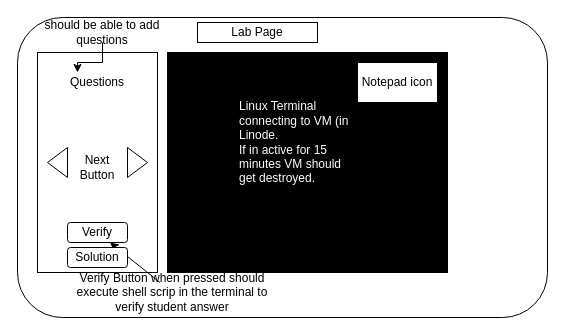
Earlier version of the draw.io diagram page "Lab_Page" (5 of 6) of Topkuber_Design.drawio (gonchigars/CKAD-exercises). Source tidied: cells renumbered, new cells numbered last; positions are measured from the earlier drawing's top-left corner, leaving out a move shared by most shapes. Both pictures are drawn from the tidied source at 100%, with x=0, y=0 at pixel (17, 17).
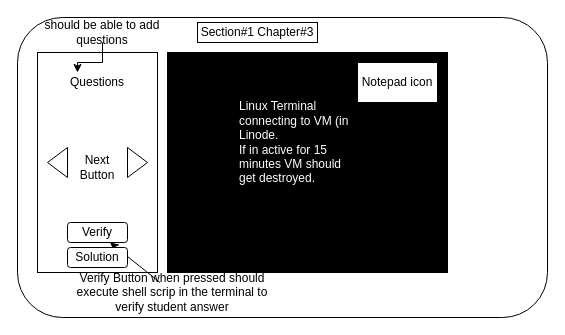
After the change.

What changed in the source:
```diff
@@
 <mxGraphModel>
   <root>
     <mxCell id="0" />
     <mxCell id="1" parent="0" />
     <mxCell id="2" style="rounded=1;whiteSpace=wrap;html=1;" parent="1" vertex="1">
       <mxGeometry width="530" height="300" as="geometry" />
     </mxCell>
     <mxCell id="3" style="rounded=0;whiteSpace=wrap;html=1;fillColor=#000000;" parent="1" vertex="1">
       <mxGeometry x="150" y="35" width="280" height="220" as="geometry" />
     </mxCell>
     <mxCell id="4" style="rounded=0;whiteSpace=wrap;html=1;" parent="1" vertex="1">
       <mxGeometry x="20" y="35" width="120" height="220" as="geometry" />
     </mxCell>
     <mxCell id="5" value="Questions" style="text;html=1;strokeColor=none;fillColor=none;align=center;verticalAlign=middle;whiteSpace=wrap;rounded=0;" parent="1" vertex="1">
       <mxGeometry x="60" y="55" width="40" height="20" as="geometry" />
     </mxCell>
     <mxCell id="6" value="&lt;font color=&quot;#ffffff&quot;&gt;Linux Terminal connecting to VM (in Linode.&lt;br&gt;If in active for 15 minutes VM should get destroyed.&lt;br&gt;&lt;/font&gt;" style="text;html=1;strokeColor=none;fillColor=none;align=left;verticalAlign=middle;whiteSpace=wrap;rounded=0;" parent="1" vertex="1">
       <mxGeometry x="220" y="115" width="120" height="20" as="geometry" />
     </mxCell>
     <mxCell id="7" style="triangle;whiteSpace=wrap;html=1;" parent="1" vertex="1">
       <mxGeometry x="110" y="130" width="20" height="30" as="geometry" />
     </mxCell>
     <mxCell id="8" style="triangle;whiteSpace=wrap;html=1;rotation=-180;" parent="1" vertex="1">
       <mxGeometry x="30" y="130" width="20" height="30" as="geometry" />
     </mxCell>
     <mxCell id="9" value="Notepad icon" style="rounded=0;whiteSpace=wrap;html=1;fillColor=#FFFFFF;" parent="1" vertex="1">
       <mxGeometry x="340" y="45" width="80" height="40" as="geometry" />
     </mxCell>
     <mxCell id="10" value="Next Button" style="text;html=1;strokeColor=none;fillColor=none;align=center;verticalAlign=middle;whiteSpace=wrap;rounded=0;" parent="1" vertex="1">
       <mxGeometry x="60" y="140" width="40" height="20" as="geometry" />
     </mxCell>
     <mxCell id="11" value="Verify" style="rounded=1;whiteSpace=wrap;html=1;fillColor=#FFFFFF;" parent="1" vertex="1">
       <mxGeometry x="50" y="205" width="60" height="20" as="geometry" />
     </mxCell>
-    <mxCell id="12" value="Lab Page" style="rounded=0;whiteSpace=wrap;html=1;" parent="1" vertex="1">
+    <mxCell id="12" value="Section#1 Chapter#3" style="rounded=0;whiteSpace=wrap;html=1;" parent="1" vertex="1">
       <mxGeometry x="180" y="5" width="120" height="20" as="geometry" />
     </mxCell>
     <mxCell id="13" value="Verify Button when pressed should execute shell scrip in the terminal to verify student answer" style="text;html=1;strokeColor=none;fillColor=none;align=center;verticalAlign=middle;whiteSpace=wrap;rounded=0;" parent="1" vertex="1">
       <mxGeometry x="50" y="265" width="210" height="20" as="geometry" />
     </mxCell>
     <mxCell id="14" style="endArrow=classic;html=1;" parent="1" edge="1" source="13" target="11">
       <mxGeometry relative="1" as="geometry" />
     </mxCell>
     <mxCell id="15" style="edgeStyle=orthogonalEdgeStyle;rounded=0;jettySize=auto;html=1;entryX=0;entryY=0;entryDx=0;entryDy=0;" parent="1" edge="1" source="16" target="5">
       <mxGeometry relative="1" as="geometry" />
     </mxCell>
     <mxCell id="16" value="should be able to add questions" style="text;html=1;strokeColor=none;fillColor=none;align=center;verticalAlign=middle;whiteSpace=wrap;rounded=0;" parent="1" vertex="1">
       <mxGeometry x="20" y="5" width="130" height="20" as="geometry" />
     </mxCell>
     <mxCell id="17" value="Solution" style="rounded=1;whiteSpace=wrap;html=1;fillColor=#FFFFFF;" parent="1" vertex="1">
       <mxGeometry x="50" y="230" width="60" height="20" as="geometry" />
     </mxCell>
   </root>
 </mxGraphModel>
```
